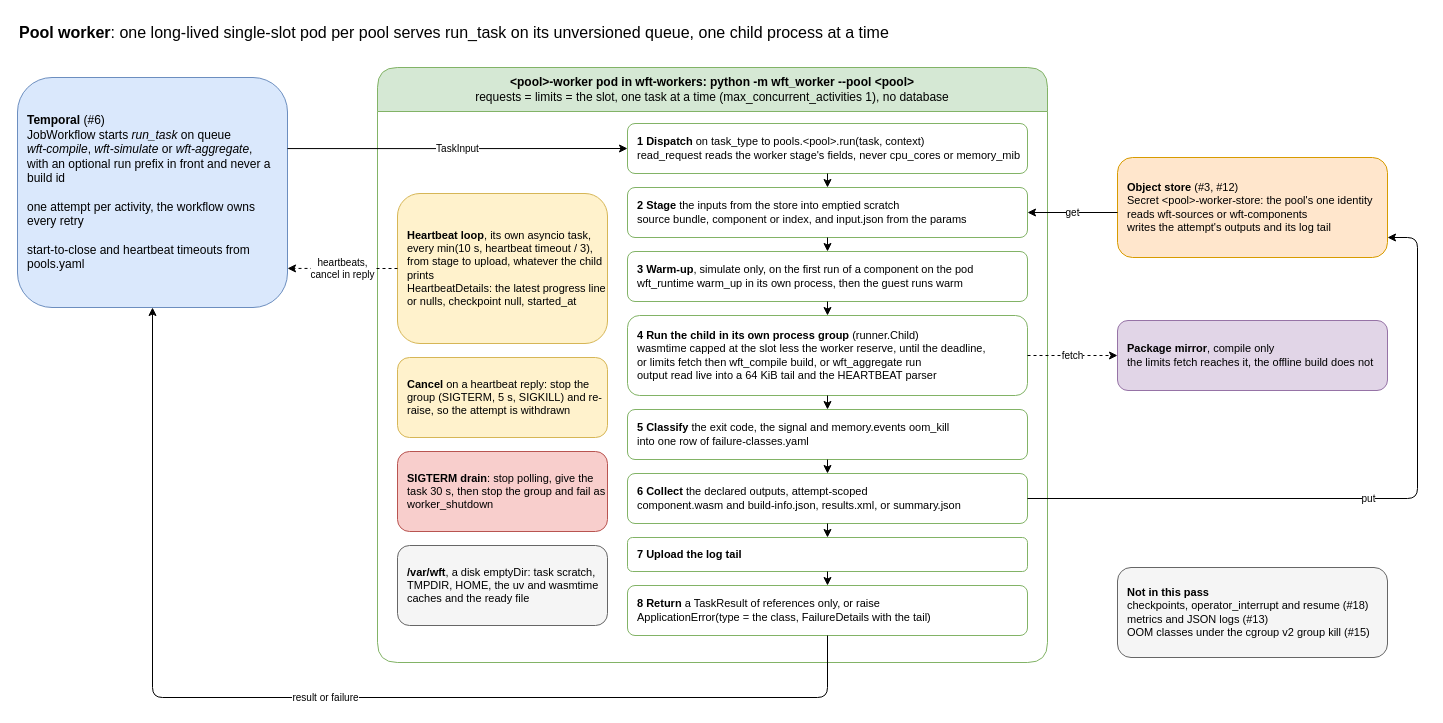
This is docs/architecture/18-pool-worker.drawio from AndoNorth/disyard, a draw.io file, before an edit. Source tidied: cells renumbered, new cells numbered last; positions are measured from the earlier drawing's top-left corner, leaving out a move shared by most shapes. Both pictures are drawn from the tidied source at 100%, with x=0, y=0 at pixel (17, 17).
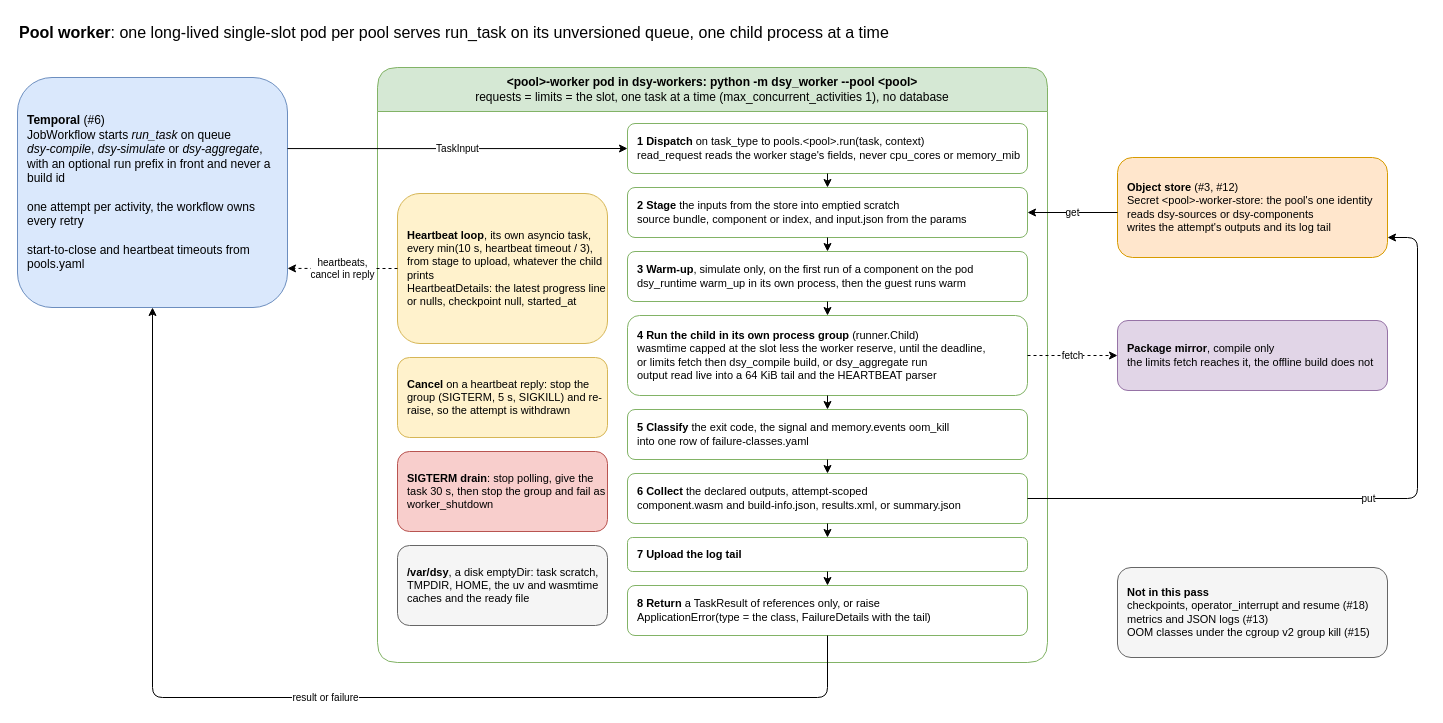
Above is the later version.

Change to the diagram source:
```diff
@@
-    <mxCell id="3" value="&lt;b&gt;Temporal&lt;/b&gt; (#6)&lt;br&gt;JobWorkflow starts &lt;i&gt;run_task&lt;/i&gt; on queue&lt;br&gt;&lt;i&gt;wft-compile&lt;/i&gt;, &lt;i&gt;wft-simulate&lt;/i&gt; or &lt;i&gt;wft-aggregate&lt;/i&gt;,&lt;br&gt;with an optional run prefix in front and never a build id&lt;br&gt;&lt;br&gt;one attempt per activity, the workflow owns every retry&lt;br&gt;&lt;br&gt;start-to-close and heartbeat timeouts from pools.yaml" style="rounded=1;whiteSpace=wrap;html=1;fillColor=#dae8fc;strokeColor=#6c8ebf;align=left;spacingLeft=8;fontSize=12;" parent="1" vertex="1">
+    <mxCell id="3" value="&lt;b&gt;Temporal&lt;/b&gt; (#6)&lt;br&gt;JobWorkflow starts &lt;i&gt;run_task&lt;/i&gt; on queue&lt;br&gt;&lt;i&gt;dsy-compile&lt;/i&gt;, &lt;i&gt;dsy-simulate&lt;/i&gt; or &lt;i&gt;dsy-aggregate&lt;/i&gt;,&lt;br&gt;with an optional run prefix in front and never a build id&lt;br&gt;&lt;br&gt;one attempt per activity, the workflow owns every retry&lt;br&gt;&lt;br&gt;start-to-close and heartbeat timeouts from pools.yaml" style="rounded=1;whiteSpace=wrap;html=1;fillColor=#dae8fc;strokeColor=#6c8ebf;align=left;spacingLeft=8;fontSize=12;" parent="1" vertex="1">
       <mxGeometry y="60" width="270" height="230" as="geometry" />
     </mxCell>
-    <mxCell id="4" value="&amp;lt;pool&amp;gt;-worker pod in wft-workers: python -m wft_worker --pool &amp;lt;pool&amp;gt;&lt;br&gt;&lt;span style=&quot;font-weight: normal&quot;&gt;requests = limits = the slot, one task at a time (max_concurrent_activities 1), no database&lt;/span&gt;" style="swimlane;startSize=44;rounded=1;fillColor=#d5e8d4;strokeColor=#82b366;fontStyle=1;whiteSpace=wrap;html=1;" parent="1" vertex="1">
+    <mxCell id="4" value="&amp;lt;pool&amp;gt;-worker pod in dsy-workers: python -m dsy_worker --pool &amp;lt;pool&amp;gt;&lt;br&gt;&lt;span style=&quot;font-weight: normal&quot;&gt;requests = limits = the slot, one task at a time (max_concurrent_activities 1), no database&lt;/span&gt;" style="swimlane;startSize=44;rounded=1;fillColor=#d5e8d4;strokeColor=#82b366;fontStyle=1;whiteSpace=wrap;html=1;" parent="1" vertex="1">
       <mxGeometry x="360" y="50" width="670" height="595" as="geometry" />
     </mxCell>
@@
-    <mxCell id="7" value="&lt;b&gt;3 Warm-up&lt;/b&gt;, simulate only, on the first run of a component on the pod&lt;br&gt;wft_runtime warm_up in its own process, then the guest runs warm" style="rounded=1;whiteSpace=wrap;html=1;fillColor=#ffffff;strokeColor=#82b366;align=left;spacingLeft=8;fontSize=11;" parent="4" vertex="1">
+    <mxCell id="7" value="&lt;b&gt;3 Warm-up&lt;/b&gt;, simulate only, on the first run of a component on the pod&lt;br&gt;dsy_runtime warm_up in its own process, then the guest runs warm" style="rounded=1;whiteSpace=wrap;html=1;fillColor=#ffffff;strokeColor=#82b366;align=left;spacingLeft=8;fontSize=11;" parent="4" vertex="1">
       <mxGeometry x="250" y="184" width="400" height="50" as="geometry" />
     </mxCell>
-    <mxCell id="8" value="&lt;b&gt;4 Run the child in its own process group&lt;/b&gt; (runner.Child)&lt;br&gt;wasmtime capped at the slot less the worker reserve, until the deadline,&lt;br&gt;or limits fetch then wft_compile build, or wft_aggregate run&lt;br&gt;output read live into a 64 KiB tail and the HEARTBEAT parser" style="rounded=1;whiteSpace=wrap;html=1;fillColor=#ffffff;strokeColor=#82b366;align=left;spacingLeft=8;fontSize=11;" parent="4" vertex="1">
+    <mxCell id="8" value="&lt;b&gt;4 Run the child in its own process group&lt;/b&gt; (runner.Child)&lt;br&gt;wasmtime capped at the slot less the worker reserve, until the deadline,&lt;br&gt;or limits fetch then dsy_compile build, or dsy_aggregate run&lt;br&gt;output read live into a 64 KiB tail and the HEARTBEAT parser" style="rounded=1;whiteSpace=wrap;html=1;fillColor=#ffffff;strokeColor=#82b366;align=left;spacingLeft=8;fontSize=11;" parent="4" vertex="1">
       <mxGeometry x="250" y="248" width="400" height="80" as="geometry" />
     </mxCell>
@@
-    <mxCell id="16" value="&lt;b&gt;/var/wft&lt;/b&gt;, a disk emptyDir: task scratch, TMPDIR, HOME, the uv and wasmtime caches and the ready file" style="rounded=1;whiteSpace=wrap;html=1;fillColor=#f5f5f5;strokeColor=#666666;align=left;spacingLeft=8;fontSize=11;" parent="4" vertex="1">
+    <mxCell id="16" value="&lt;b&gt;/var/dsy&lt;/b&gt;, a disk emptyDir: task scratch, TMPDIR, HOME, the uv and wasmtime caches and the ready file" style="rounded=1;whiteSpace=wrap;html=1;fillColor=#f5f5f5;strokeColor=#666666;align=left;spacingLeft=8;fontSize=11;" parent="4" vertex="1">
       <mxGeometry x="20" y="478" width="210" height="80" as="geometry" />
     </mxCell>
-    <mxCell id="17" value="&lt;b&gt;Object store&lt;/b&gt; (#3, #12)&lt;br&gt;Secret &amp;lt;pool&amp;gt;-worker-store: the pool's one identity&lt;br&gt;reads wft-sources or wft-components&lt;br&gt;writes the attempt's outputs and its log tail" style="rounded=1;whiteSpace=wrap;html=1;fillColor=#ffe6cc;strokeColor=#d79b00;align=left;spacingLeft=8;fontSize=11;" parent="1" vertex="1">
+    <mxCell id="17" value="&lt;b&gt;Object store&lt;/b&gt; (#3, #12)&lt;br&gt;Secret &amp;lt;pool&amp;gt;-worker-store: the pool's one identity&lt;br&gt;reads dsy-sources or dsy-components&lt;br&gt;writes the attempt's outputs and its log tail" style="rounded=1;whiteSpace=wrap;html=1;fillColor=#ffe6cc;strokeColor=#d79b00;align=left;spacingLeft=8;fontSize=11;" parent="1" vertex="1">
       <mxGeometry x="1100" y="140" width="270" height="100" as="geometry" />
     </mxCell>
```
